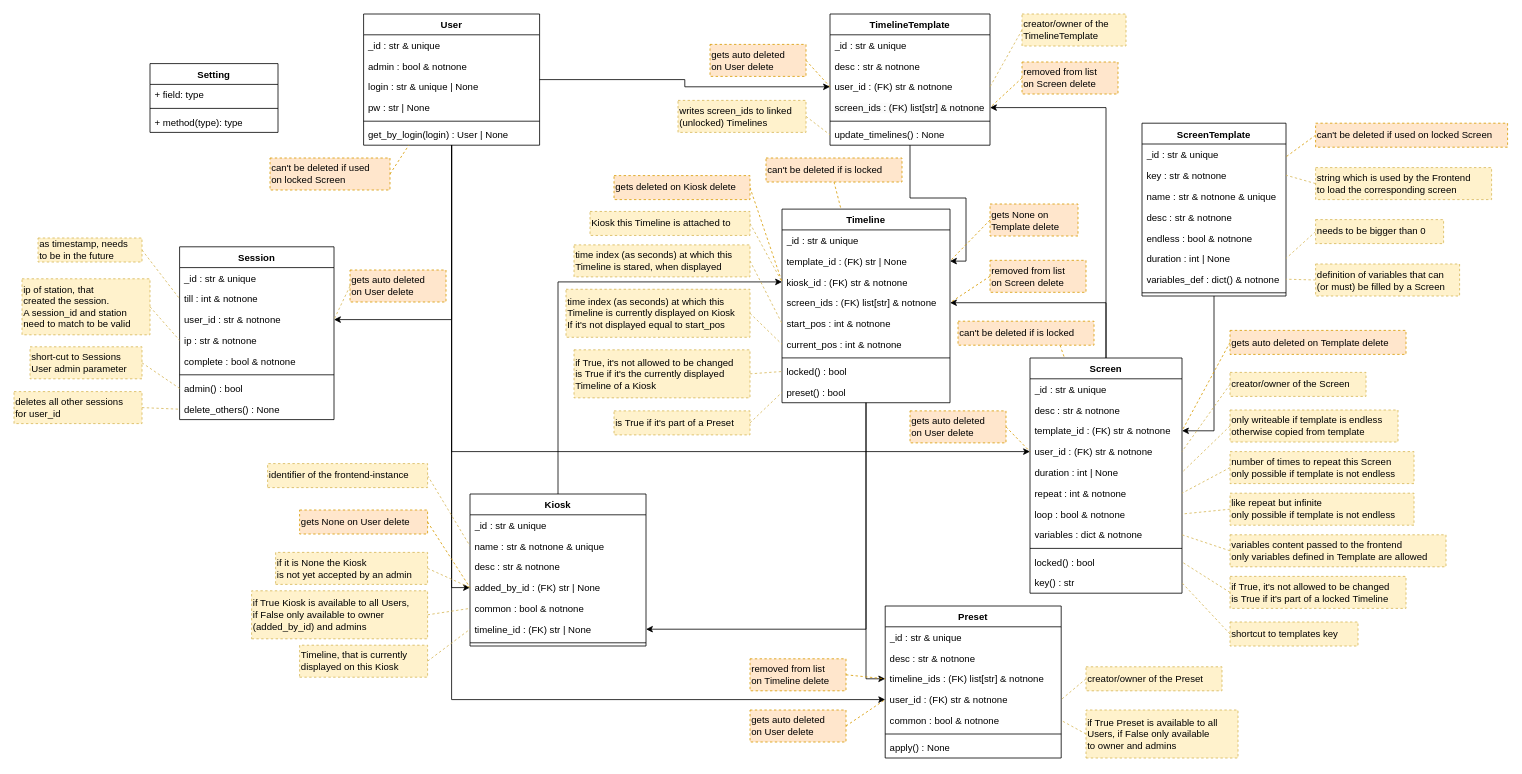
The draw.io diagram docs/elements.drawio in nlptournament/nlpt-kiosk, before the edit. Source tidied: cells renumbered, new cells numbered last; positions are measured from the earlier drawing's top-left corner, leaving out a move shared by most shapes. Both pictures are drawn from the tidied source at 80%, with x=0, y=0 at pixel (14, 14).
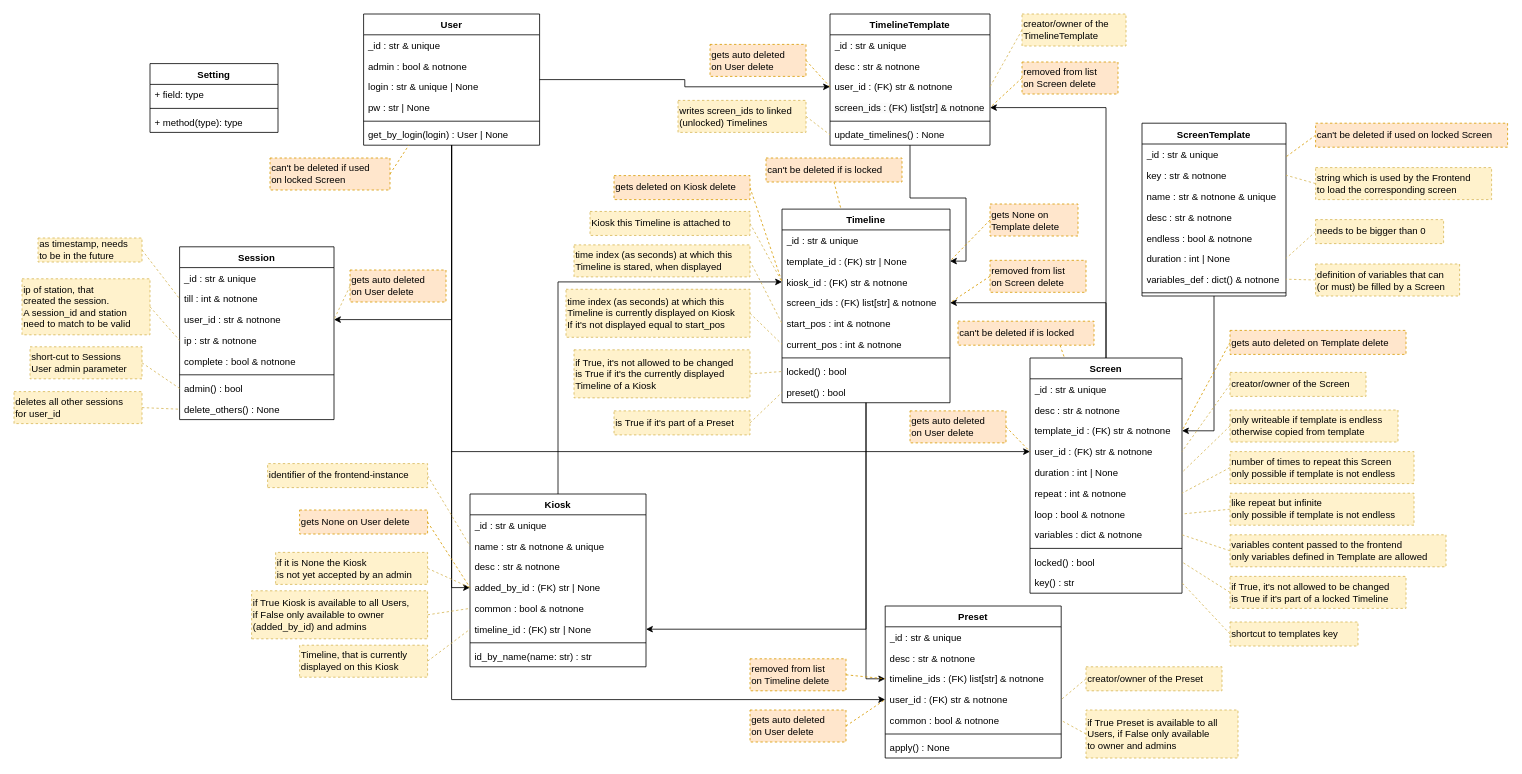
Above is the later version.

What changed in the source:
```diff
@@
     <mxCell id="38" value="Kiosk" style="swimlane;fontStyle=1;align=center;verticalAlign=top;horizontal=1;startSize=26;whiteSpace=wrap;html=1;" parent="1" vertex="1">
-      <mxGeometry x="570" y="600" width="220" height="190" as="geometry" />
+      <mxGeometry x="570" y="600" width="220" height="216" as="geometry" />
     </mxCell>
@@
+    <mxCell id="172" value="id_by_name(name: str) : str" style="text;strokeColor=none;fillColor=none;align=left;verticalAlign=top;spacingLeft=4;spacingRight=4;overflow=hidden;whiteSpace=wrap;html=1;" parent="38" vertex="1">
+      <mxGeometry y="190" width="220" height="26" as="geometry" />
+    </mxCell>
```
